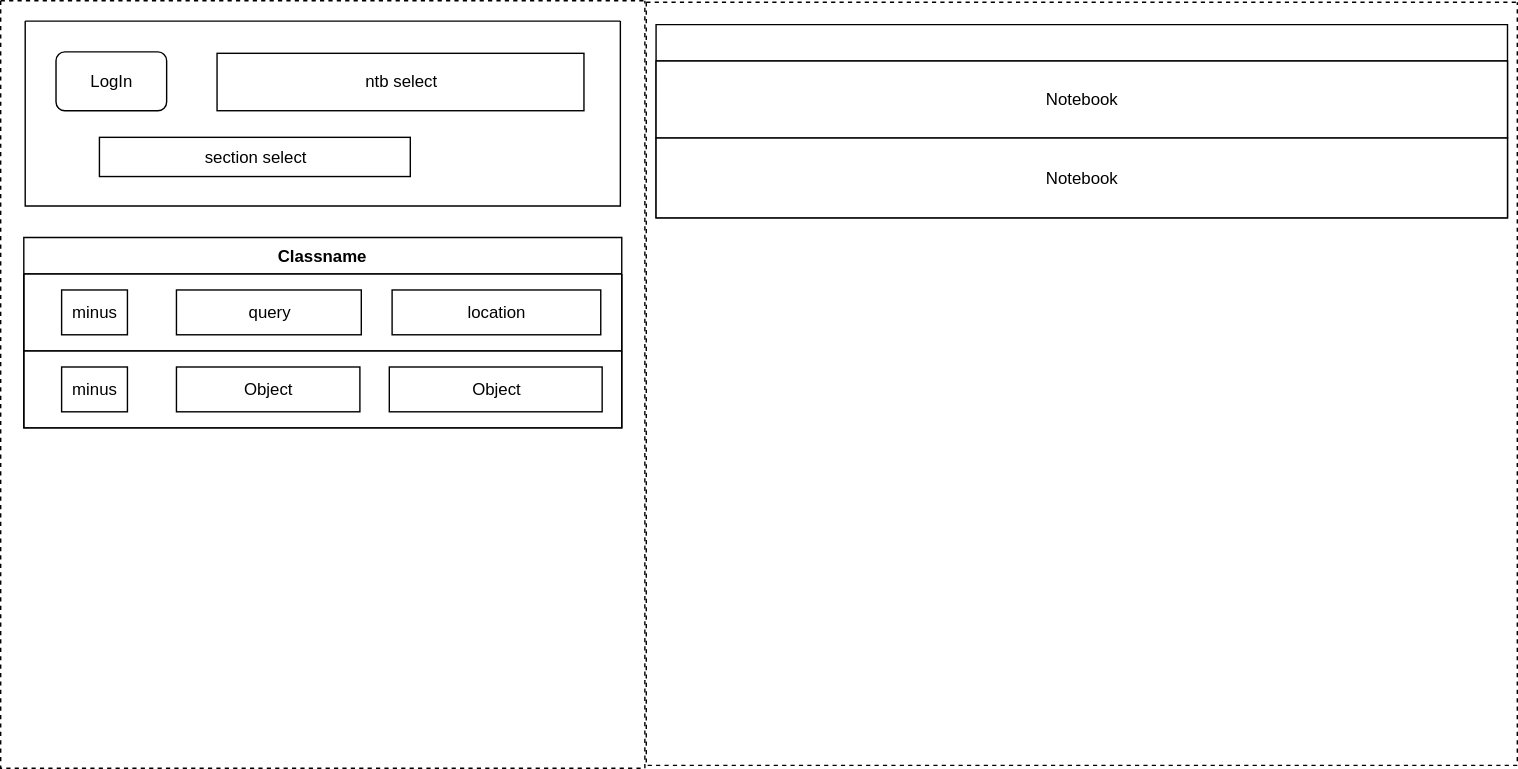
simik394/1note-organizer keeps this draw.io diagram as src/resources/wireframes.drawio.svg. Above is the earlier version. Source tidied: cells renumbered, new cells last; positions are measured from the earlier drawing's top-left corner, leaving out a move shared by most shapes.
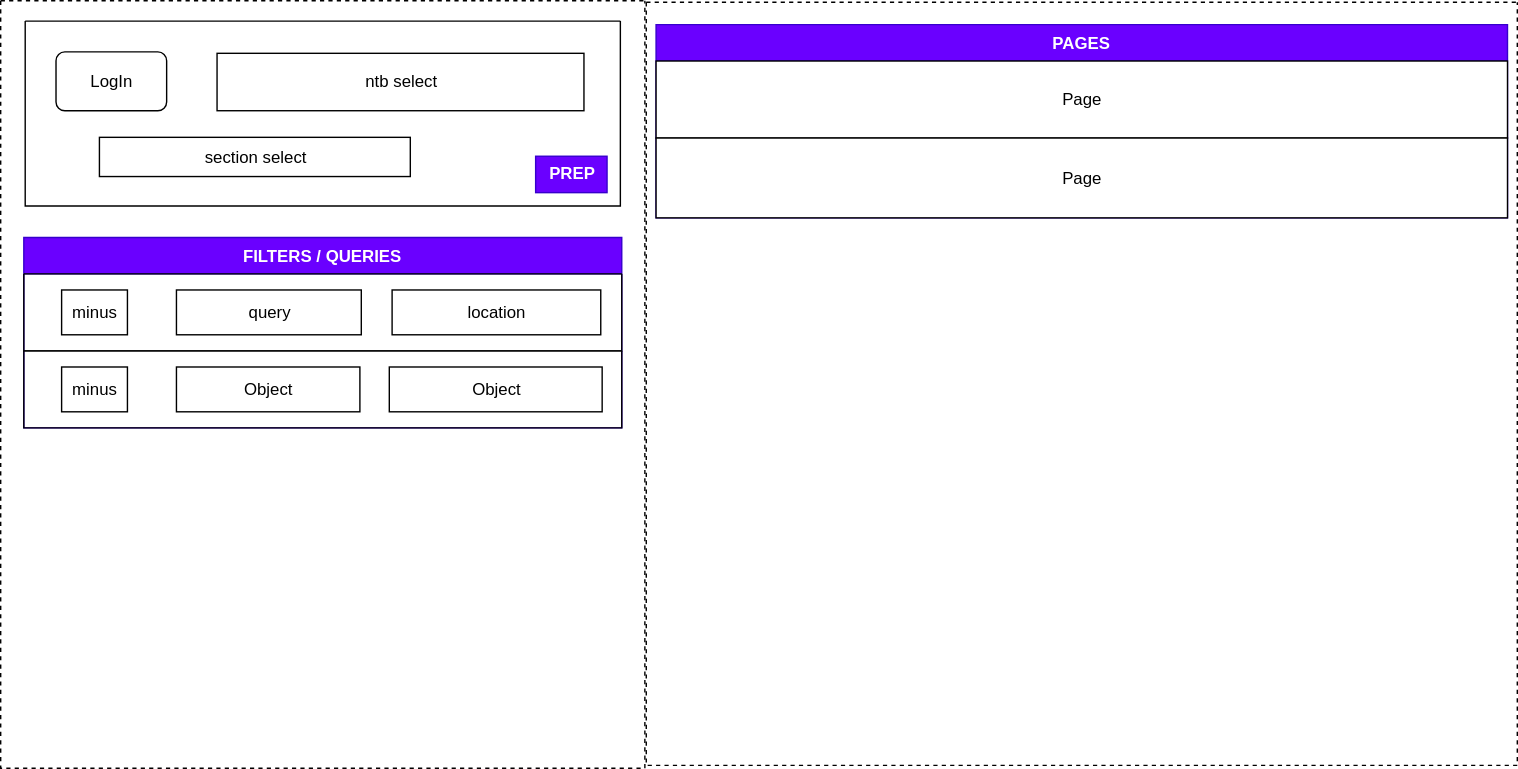
The same diagram one commit later.

Change to the diagram source:
```diff
@@ -5,13 +5,13 @@
     <mxCell id="2" style="swimlane;startSize=0;dashed=1;" parent="1" vertex="1">
       <mxGeometry x="461" y="1" width="622" height="545" as="geometry" />
     </mxCell>
-    <mxCell id="3" style="swimlane;fontStyle=1;align=center;verticalAlign=top;horizontal=1;startSize=26;" parent="2" vertex="1">
+    <mxCell id="3" value="PAGES" style="swimlane;fontStyle=1;align=center;verticalAlign=top;horizontal=1;startSize=26;fillColor=#6a00ff;fontColor=#ffffff;strokeColor=#3700CC;" parent="2" vertex="1">
       <mxGeometry x="7" y="16" width="608" height="138" as="geometry" />
     </mxCell>
-    <mxCell id="4" value="Notebook" style="html=1;" parent="3" vertex="1">
+    <mxCell id="4" value="Page" style="html=1;" parent="3" vertex="1">
       <mxGeometry y="26" width="608" height="55" as="geometry" />
     </mxCell>
-    <mxCell id="5" value="Notebook" style="html=1;" parent="3" vertex="1">
+    <mxCell id="5" value="Page" style="html=1;" parent="3" vertex="1">
       <mxGeometry y="81" width="608" height="57" as="geometry" />
     </mxCell>
     <mxCell id="6" style="swimlane;startSize=0;strokeColor=default;dashed=1;" parent="1" vertex="1">
@@ -29,7 +29,10 @@
     <mxCell id="10" value="LogIn" style="rounded=1;whiteSpace=wrap;html=1;" parent="7" vertex="1">
       <mxGeometry x="22" y="22" width="79" height="42" as="geometry" />
     </mxCell>
+    <mxCell id="21" value="&lt;b&gt;PREP&lt;/b&gt;" style="text;html=1;align=center;verticalAlign=middle;strokeColor=#3700CC;fillColor=#6a00ff;fontColor=#ffffff;" parent="7" vertex="1">
+      <mxGeometry x="364.5" y="96.5" width="51" height="26" as="geometry" />
+    </mxCell>
-    <mxCell id="11" value="Classname" style="swimlane;fontStyle=1;align=center;verticalAlign=top;horizontal=1;startSize=26;" parent="6" vertex="1">
+    <mxCell id="11" value="FILTERS / QUERIES" style="swimlane;fontStyle=1;align=center;verticalAlign=top;horizontal=1;startSize=26;fillColor=#6a00ff;fontColor=#ffffff;strokeColor=#3700CC;" parent="6" vertex="1">
       <mxGeometry x="16.5" y="169" width="427" height="136" as="geometry" />
     </mxCell>
     <mxCell id="12" style="swimlane;startSize=0;" parent="11" vertex="1">
```
